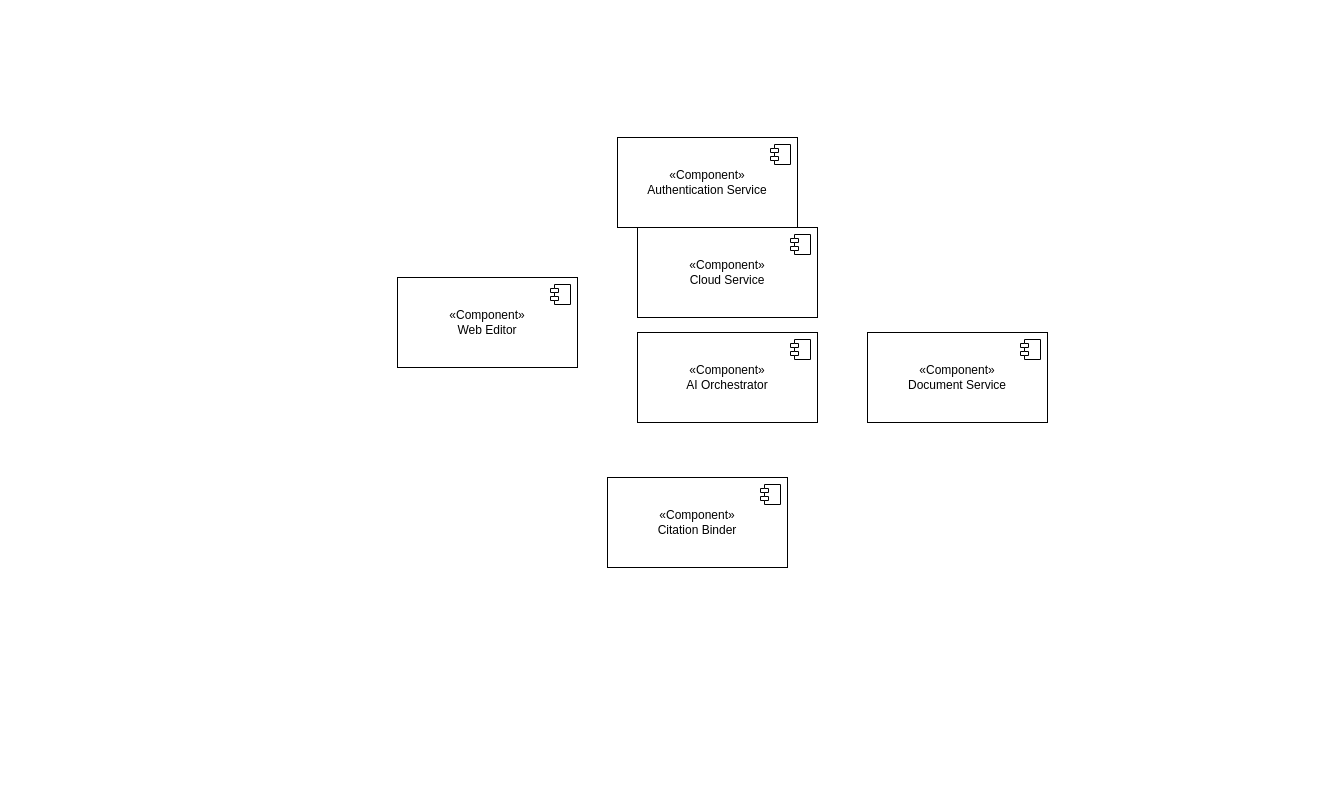
The draw.io diagram UMLs/DC_LogicalView_ComponentUML.drawio in AndyC00/Diagrams, before the edit. Source tidied: cells renumbered, new cells numbered last; positions are measured from the earlier drawing's top-left corner, leaving out a move shared by most shapes. Both pictures are drawn from the tidied source at 100%, with x=0, y=0 at pixel (397, 137).
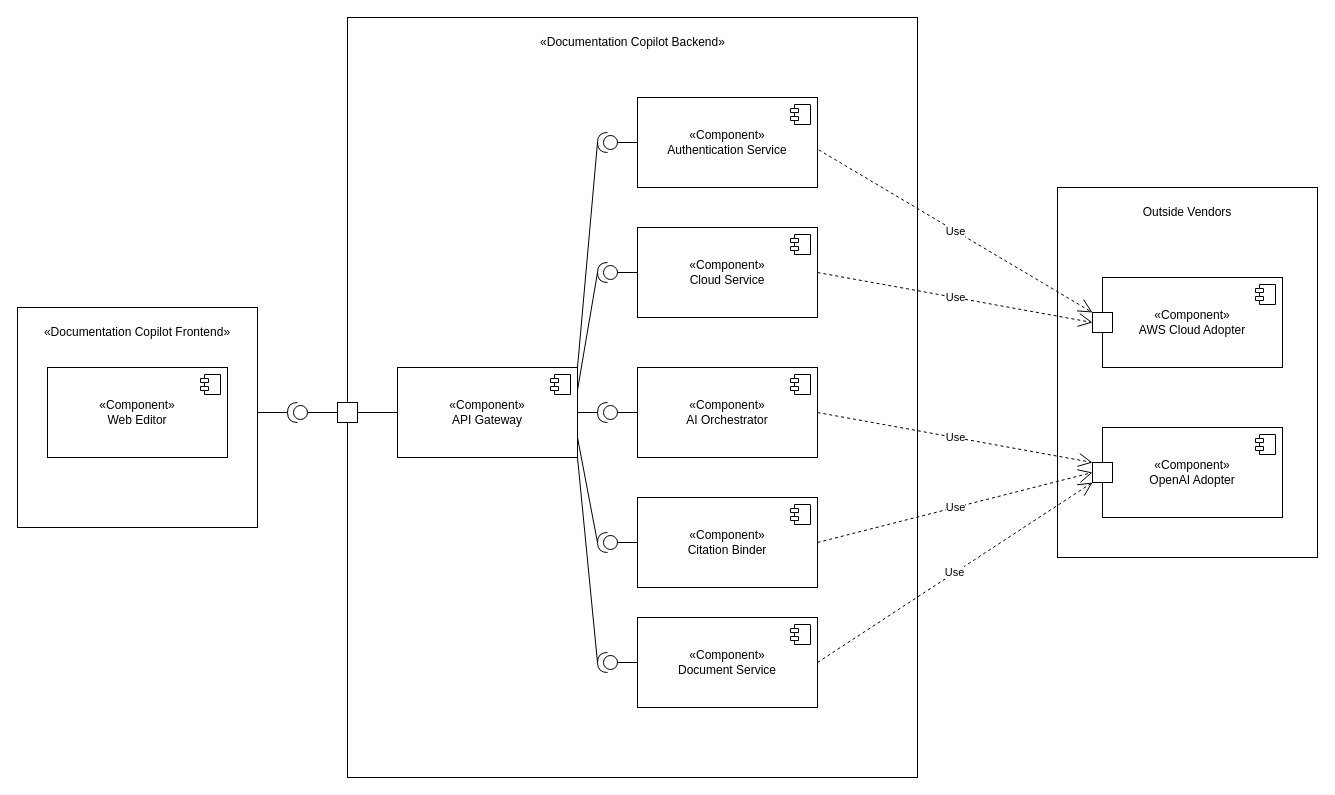
The same page after the edit.

Commit message:
draft complete

Unchanged cells that the change refers to:
```xml
<mxCell id="8" value="«Component»&lt;br&gt;Cloud Service" style="html=1;whiteSpace=wrap;" parent="1" vertex="1">
  <mxGeometry x="240" y="90" width="180" height="90" as="geometry" />
</mxCell>
```

Diff of the diagram source:
```diff
@@
+    <mxCell id="14" style="rounded=0;whiteSpace=wrap;html=1;" parent="1" vertex="1">
+      <mxGeometry x="-380" y="170" width="240" height="220" as="geometry" />
+    </mxCell>
+    <mxCell id="15" style="rounded=0;whiteSpace=wrap;html=1;" parent="1" vertex="1">
+      <mxGeometry x="-50" y="-120" width="570" height="760" as="geometry" />
+    </mxCell>
     <mxCell id="2" value="«Component»&lt;br&gt;Authentication&lt;span style=&quot;background-color: transparent; color: light-dark(rgb(0, 0, 0), rgb(255, 255, 255));&quot;&gt;&amp;nbsp;Service&lt;/span&gt;" style="html=1;whiteSpace=wrap;" parent="1" vertex="1">
-      <mxGeometry x="220" width="180" height="90" as="geometry" />
+      <mxGeometry x="240" y="-40" width="180" height="90" as="geometry" />
     </mxCell>
@@
     <mxCell id="4" value="«Component»&lt;br&gt;Document Service" style="html=1;whiteSpace=wrap;" parent="1" vertex="1">
-      <mxGeometry x="470" y="195" width="180" height="90" as="geometry" />
+      <mxGeometry x="240" y="480" width="180" height="90" as="geometry" />
     </mxCell>
@@
     <mxCell id="6" value="«Component»&lt;br&gt;Web Editor" style="html=1;whiteSpace=wrap;" parent="1" vertex="1">
-      <mxGeometry y="140" width="180" height="90" as="geometry" />
+      <mxGeometry x="-350" y="230" width="180" height="90" as="geometry" />
     </mxCell>
@@
     <mxCell id="10" value="«Component»&lt;br&gt;AI Orchestrator" style="html=1;whiteSpace=wrap;" parent="1" vertex="1">
-      <mxGeometry x="240" y="195" width="180" height="90" as="geometry" />
+      <mxGeometry x="240" y="230" width="180" height="90" as="geometry" />
     </mxCell>
@@
     <mxCell id="12" value="«Component»&lt;br&gt;Citation Binder" style="html=1;whiteSpace=wrap;" parent="1" vertex="1">
-      <mxGeometry x="210" y="340" width="180" height="90" as="geometry" />
+      <mxGeometry x="240" y="360" width="180" height="90" as="geometry" />
     </mxCell>
@@
+    <mxCell id="16" value="«Component»&lt;br&gt;API Gateway" style="html=1;whiteSpace=wrap;" parent="1" vertex="1">
+      <mxGeometry y="230" width="180" height="90" as="geometry" />
+    </mxCell>
+    <mxCell id="17" style="shape=module;jettyWidth=8;jettyHeight=4;" parent="16" vertex="1">
+      <mxGeometry x="1" width="20" height="20" relative="1" as="geometry">
+        <mxPoint x="-27" y="7" as="offset" />
+      </mxGeometry>
+    </mxCell>
+    <mxCell id="18" style="ellipse;whiteSpace=wrap;html=1;align=center;fillColor=none;strokeColor=none;perimeter=centerPerimeter;" parent="1" vertex="1">
+      <mxGeometry x="415" y="280" width="10" height="10" as="geometry" />
+    </mxCell>
+    <mxCell id="19" value="«Documentation Copilot Backend»" style="text;html=1;align=center;verticalAlign=middle;whiteSpace=wrap;rounded=0;" parent="1" vertex="1">
+      <mxGeometry x="137.5" y="-110" width="195" height="30" as="geometry" />
+    </mxCell>
+    <mxCell id="20" style="whiteSpace=wrap;html=1;" parent="1" vertex="1">
+      <mxGeometry x="-60" y="265" width="20" height="20" as="geometry" />
+    </mxCell>
+    <mxCell id="21" style="endArrow=none;html=1;rounded=0;exitX=1;exitY=0.5;exitDx=0;exitDy=0;entryX=0;entryY=0.5;entryDx=0;entryDy=0;" parent="1" edge="1" source="20" target="16">
+      <mxGeometry relative="1" as="geometry" />
+    </mxCell>
+    <mxCell id="22" style="group;" parent="1" vertex="1">
+      <mxGeometry x="660" y="50" width="260" height="370" as="geometry" />
+    </mxCell>
+    <mxCell id="23" style="rounded=0;whiteSpace=wrap;html=1;" parent="22" vertex="1">
+      <mxGeometry width="260" height="370" as="geometry" />
+    </mxCell>
+    <mxCell id="24" value="Outside Vendors" style="text;html=1;align=center;verticalAlign=middle;whiteSpace=wrap;rounded=0;" parent="22" vertex="1">
+      <mxGeometry x="80" y="10" width="100" height="30" as="geometry" />
+    </mxCell>
+    <mxCell id="25" style="group;" parent="22" vertex="1">
+      <mxGeometry x="35" y="240" width="190" height="90" as="geometry" />
+    </mxCell>
+    <mxCell id="26" value="«Component»&lt;br&gt;OpenAI Adopter" style="html=1;whiteSpace=wrap;" parent="25" vertex="1">
+      <mxGeometry x="10" width="180" height="90" as="geometry" />
+    </mxCell>
+    <mxCell id="27" style="shape=module;jettyWidth=8;jettyHeight=4;" parent="26" vertex="1">
+      <mxGeometry x="1" width="20" height="20" relative="1" as="geometry">
+        <mxPoint x="-27" y="7" as="offset" />
+      </mxGeometry>
+    </mxCell>
+    <mxCell id="28" style="whiteSpace=wrap;html=1;" parent="25" vertex="1">
+      <mxGeometry y="35" width="20" height="20" as="geometry" />
+    </mxCell>
+    <mxCell id="29" style="group;" parent="22" vertex="1">
+      <mxGeometry x="35" y="90" width="190" height="90" as="geometry" />
+    </mxCell>
+    <mxCell id="30" value="«Component»&lt;br&gt;AWS Cloud Adopter" style="html=1;whiteSpace=wrap;" parent="29" vertex="1">
+      <mxGeometry x="10" width="180" height="90" as="geometry" />
+    </mxCell>
+    <mxCell id="31" style="shape=module;jettyWidth=8;jettyHeight=4;" parent="30" vertex="1">
+      <mxGeometry x="1" width="20" height="20" relative="1" as="geometry">
+        <mxPoint x="-27" y="7" as="offset" />
+      </mxGeometry>
+    </mxCell>
+    <mxCell id="32" style="whiteSpace=wrap;html=1;" parent="29" vertex="1">
+      <mxGeometry y="35" width="20" height="20" as="geometry" />
+    </mxCell>
+    <mxCell id="33" value="«Documentation Copilot Frontend»" style="text;html=1;align=center;verticalAlign=middle;whiteSpace=wrap;rounded=0;" parent="1" vertex="1">
+      <mxGeometry x="-360" y="180" width="200" height="30" as="geometry" />
+    </mxCell>
+    <mxCell id="34" style="shape=providedRequiredInterface;html=1;verticalLabelPosition=bottom;sketch=0;rotation=-180;" parent="1" vertex="1">
+      <mxGeometry x="-110" y="265" width="20" height="20" as="geometry" />
+    </mxCell>
+    <mxCell id="35" style="line;strokeWidth=1;fillColor=none;align=left;verticalAlign=middle;spacingTop=-1;spacingLeft=3;spacingRight=3;labelPosition=right;strokeColor=inherit;" parent="1" vertex="1">
+      <mxGeometry x="-140" y="271" width="30" height="8" as="geometry" />
+    </mxCell>
+    <mxCell id="36" style="line;strokeWidth=1;fillColor=none;align=left;verticalAlign=middle;spacingTop=-1;spacingLeft=3;spacingRight=3;labelPosition=right;strokeColor=inherit;" parent="1" vertex="1">
+      <mxGeometry x="-90" y="271" width="30" height="8" as="geometry" />
+    </mxCell>
+    <mxCell id="37" style="group;" parent="1" vertex="1">
+      <mxGeometry x="200" y="-5" width="20" height="20" as="geometry" />
+    </mxCell>
+    <mxCell id="38" style="shape=providedRequiredInterface;html=1;verticalLabelPosition=bottom;sketch=0;rotation=-180;" parent="37" vertex="1">
+      <mxGeometry width="20" height="20" as="geometry" />
+    </mxCell>
+    <mxCell id="39" style="endArrow=none;html=1;rounded=0;exitX=0;exitY=0.5;exitDx=0;exitDy=0;exitPerimeter=0;entryX=0;entryY=0.5;entryDx=0;entryDy=0;" parent="37" edge="1" source="38" target="2">
+      <mxGeometry relative="1" as="geometry" />
+    </mxCell>
+    <mxCell id="40" style="endArrow=none;html=1;rounded=0;entryX=1;entryY=0.5;entryDx=0;entryDy=0;entryPerimeter=0;exitX=1;exitY=0;exitDx=0;exitDy=0;" parent="37" edge="1" source="16" target="38">
+      <mxGeometry relative="1" as="geometry" />
+    </mxCell>
+    <mxCell id="41" style="endArrow=none;html=1;rounded=0;entryX=1;entryY=0.5;entryDx=0;entryDy=0;entryPerimeter=0;exitX=1;exitY=0.25;exitDx=0;exitDy=0;" parent="1" edge="1" source="16" target="42">
+      <mxGeometry relative="1" as="geometry" />
+    </mxCell>
+    <mxCell id="42" style="shape=providedRequiredInterface;html=1;verticalLabelPosition=bottom;sketch=0;rotation=-180;" parent="1" vertex="1">
+      <mxGeometry x="200" y="125" width="20" height="20" as="geometry" />
+    </mxCell>
+    <mxCell id="43" style="endArrow=none;html=1;rounded=0;exitX=0;exitY=0.5;exitDx=0;exitDy=0;exitPerimeter=0;entryX=0;entryY=0.5;entryDx=0;entryDy=0;" parent="1" edge="1" source="42" target="8">
+      <mxGeometry relative="1" as="geometry" />
+    </mxCell>
+    <mxCell id="44" style="shape=providedRequiredInterface;html=1;verticalLabelPosition=bottom;sketch=0;rotation=-180;" parent="1" vertex="1">
+      <mxGeometry x="200" y="265" width="20" height="20" as="geometry" />
+    </mxCell>
+    <mxCell id="45" style="endArrow=none;html=1;rounded=0;entryX=1;entryY=0.5;entryDx=0;entryDy=0;entryPerimeter=0;exitX=1;exitY=0.5;exitDx=0;exitDy=0;" parent="1" edge="1" source="16" target="44">
+      <mxGeometry relative="1" as="geometry" />
+    </mxCell>
+    <mxCell id="46" style="endArrow=none;html=1;rounded=0;exitX=0;exitY=0.5;exitDx=0;exitDy=0;exitPerimeter=0;entryX=0;entryY=0.5;entryDx=0;entryDy=0;" parent="1" edge="1" source="44" target="10">
+      <mxGeometry relative="1" as="geometry" />
+    </mxCell>
+    <mxCell id="47" style="shape=providedRequiredInterface;html=1;verticalLabelPosition=bottom;sketch=0;rotation=-180;" parent="1" vertex="1">
+      <mxGeometry x="200" y="395" width="20" height="20" as="geometry" />
+    </mxCell>
+    <mxCell id="48" style="endArrow=none;html=1;rounded=0;entryX=1;entryY=0.5;entryDx=0;entryDy=0;entryPerimeter=0;exitX=1;exitY=0.5;exitDx=0;exitDy=0;" parent="1" edge="1" target="47">
+      <mxGeometry relative="1" as="geometry">
+        <mxPoint x="180" y="300" as="sourcePoint" />
+      </mxGeometry>
+    </mxCell>
+    <mxCell id="49" style="endArrow=none;html=1;rounded=0;exitX=0;exitY=0.5;exitDx=0;exitDy=0;exitPerimeter=0;entryX=0;entryY=0.5;entryDx=0;entryDy=0;" parent="1" edge="1" source="47" target="12">
+      <mxGeometry relative="1" as="geometry" />
+    </mxCell>
+    <mxCell id="50" style="endArrow=none;html=1;rounded=0;entryX=1;entryY=0.5;entryDx=0;entryDy=0;entryPerimeter=0;exitX=1;exitY=1;exitDx=0;exitDy=0;" parent="1" edge="1" source="16" target="51">
+      <mxGeometry relative="1" as="geometry" />
+    </mxCell>
+    <mxCell id="51" style="shape=providedRequiredInterface;html=1;verticalLabelPosition=bottom;sketch=0;rotation=-180;" parent="1" vertex="1">
+      <mxGeometry x="200" y="515" width="20" height="20" as="geometry" />
+    </mxCell>
+    <mxCell id="52" style="endArrow=none;html=1;rounded=0;exitX=0;exitY=0.5;exitDx=0;exitDy=0;exitPerimeter=0;entryX=0;entryY=0.5;entryDx=0;entryDy=0;" parent="1" edge="1" source="51">
+      <mxGeometry relative="1" as="geometry">
+        <mxPoint x="240" y="525" as="targetPoint" />
+      </mxGeometry>
+    </mxCell>
+    <mxCell id="53" value="Use" style="endArrow=open;endSize=12;dashed=1;html=1;rounded=0;exitX=1.007;exitY=0.582;exitDx=0;exitDy=0;exitPerimeter=0;entryX=0;entryY=0;entryDx=0;entryDy=0;" parent="1" edge="1" source="2" target="32">
+      <mxGeometry relative="1" as="geometry" />
+    </mxCell>
+    <mxCell id="54" value="Use" style="endArrow=open;endSize=12;dashed=1;html=1;rounded=0;exitX=1;exitY=0.5;exitDx=0;exitDy=0;entryX=0;entryY=0.5;entryDx=0;entryDy=0;" parent="1" edge="1" source="8" target="32">
+      <mxGeometry relative="1" as="geometry" />
+    </mxCell>
+    <mxCell id="55" value="Use" style="endArrow=open;endSize=12;dashed=1;html=1;rounded=0;exitX=1;exitY=0.5;exitDx=0;exitDy=0;entryX=0;entryY=0;entryDx=0;entryDy=0;" parent="1" edge="1" source="10" target="28">
+      <mxGeometry relative="1" as="geometry" />
+    </mxCell>
+    <mxCell id="56" value="Use" style="endArrow=open;endSize=12;dashed=1;html=1;rounded=0;exitX=1;exitY=0.5;exitDx=0;exitDy=0;entryX=0;entryY=0.5;entryDx=0;entryDy=0;" parent="1" edge="1" source="12" target="28">
+      <mxGeometry relative="1" as="geometry" />
+    </mxCell>
+    <mxCell id="57" value="Use" style="endArrow=open;endSize=12;dashed=1;html=1;rounded=0;exitX=1;exitY=0.5;exitDx=0;exitDy=0;entryX=0;entryY=1;entryDx=0;entryDy=0;" parent="1" edge="1" source="4" target="28">
+      <mxGeometry relative="1" as="geometry" />
+    </mxCell>
```
